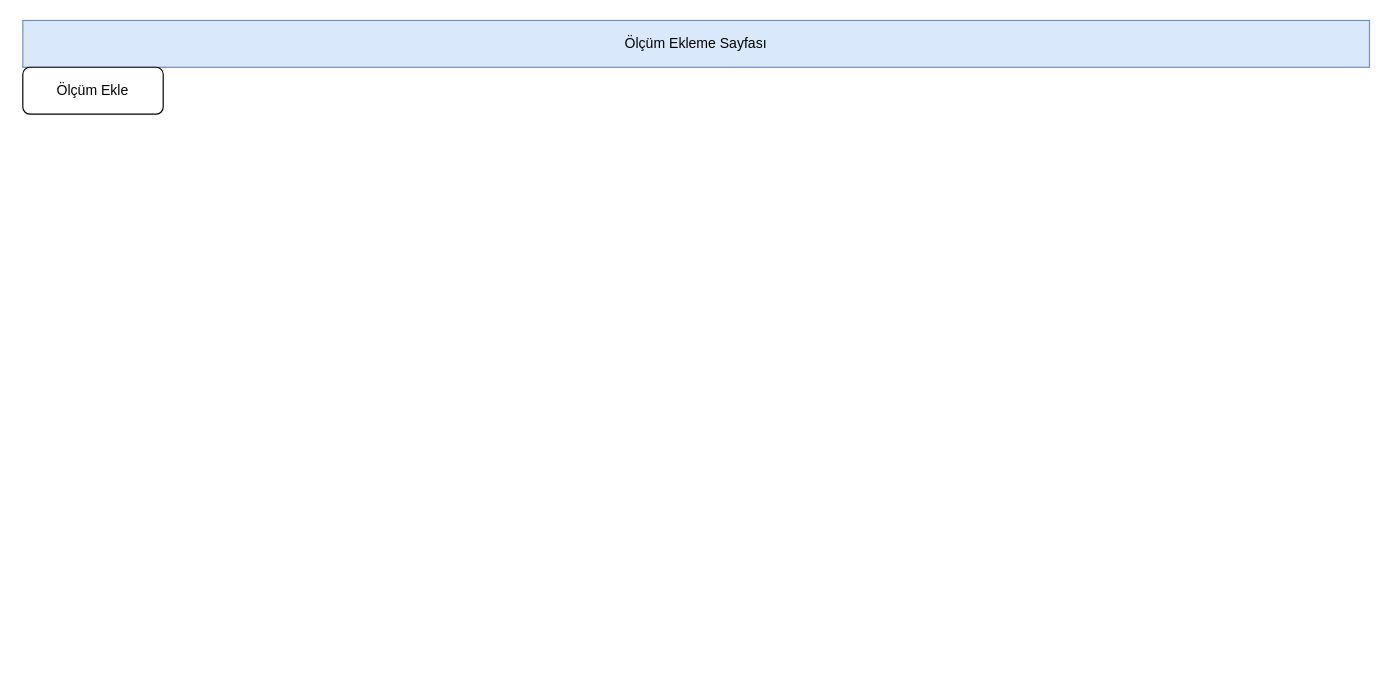
Earlier version of the draw.io diagram page "Ölçümler" (3 of 4) of Defining Pages.drawio (baydioglu/draw.io). Source tidied: cells renumbered, new cells numbered last; positions are measured from the earlier drawing's top-left corner, leaving out a move shared by most shapes. Both pictures are drawn from the tidied source at 117%, with x=0, y=0 at pixel (22, 20).
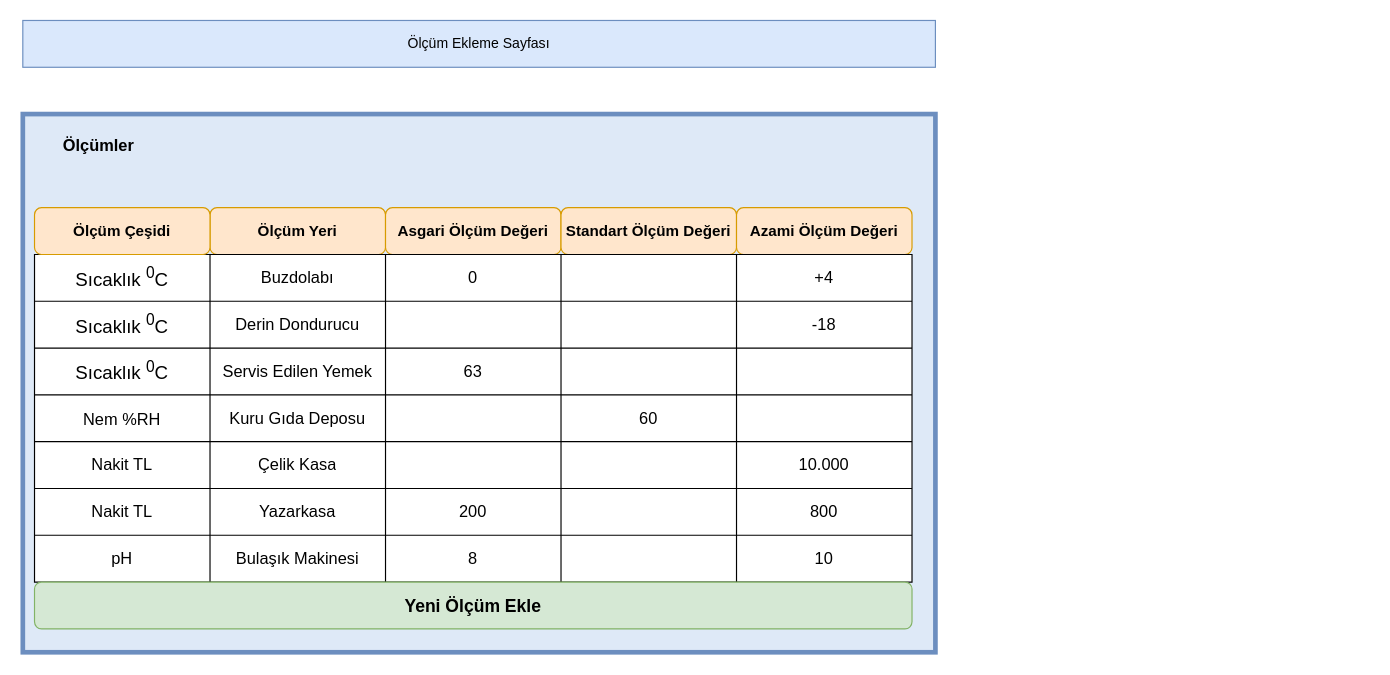
Above is the later version.

What changed in the source:
```diff
@@
     <mxCell id="2" value="Ölçüm Ekleme Sayfası" style="rounded=0;whiteSpace=wrap;html=1;fillColor=#dae8fc;strokeColor=#6c8ebf;" parent="1" vertex="1">
-      <mxGeometry width="1151" height="40" as="geometry" />
+      <mxGeometry width="780" height="40" as="geometry" />
     </mxCell>
-    <mxCell id="3" value="Ölçüm Ekle" style="rounded=1;whiteSpace=wrap;html=1;" parent="1" vertex="1">
-      <mxGeometry y="40" width="120" height="40" as="geometry" />
-    </mxCell>
+    <mxCell id="4" style="rounded=0;whiteSpace=wrap;html=1;shadow=0;perimeter=ellipsePerimeter;strokeWidth=4;fillColor=#dee9f7;strokeColor=#6c8ebf;" parent="1" vertex="1">
+      <mxGeometry y="80" width="780" height="460" as="geometry" />
+    </mxCell>
+    <mxCell id="5" value="Ölçümler" style="text;html=1;strokeColor=none;fillColor=none;align=center;verticalAlign=middle;whiteSpace=wrap;rounded=0;fontStyle=1;fontSize=14;labelPosition=center;verticalLabelPosition=middle;" parent="1" vertex="1">
+      <mxGeometry x="10" y="91.8" width="110" height="30" as="geometry" />
+    </mxCell>
+    <mxCell id="6" value="Ölçüm Yeri" style="rounded=1;whiteSpace=wrap;html=1;fontStyle=1;fontSize=13;fillColor=#ffe6cc;strokeColor=#d79b00;" parent="1" vertex="1">
+      <mxGeometry x="160" y="160" width="150" height="40" as="geometry" />
+    </mxCell>
+    <mxCell id="7" value="Asgari Ölçüm Değeri" style="rounded=1;whiteSpace=wrap;html=1;fontStyle=1;fontSize=13;fillColor=#ffe6cc;strokeColor=#d79b00;" parent="1" vertex="1">
+      <mxGeometry x="310" y="160" width="150" height="40" as="geometry" />
+    </mxCell>
+    <mxCell id="8" value="Standart Ölçüm Değeri" style="rounded=1;whiteSpace=wrap;html=1;fontStyle=1;fontSize=13;fillColor=#ffe6cc;strokeColor=#d79b00;" parent="1" vertex="1">
+      <mxGeometry x="460" y="160" width="150" height="40" as="geometry" />
+    </mxCell>
+    <mxCell id="9" value="Azami Ölçüm Değeri" style="rounded=1;whiteSpace=wrap;html=1;fontStyle=1;fontSize=13;fillColor=#ffe6cc;strokeColor=#d79b00;" parent="1" vertex="1">
+      <mxGeometry x="610" y="160" width="150" height="40" as="geometry" />
+    </mxCell>
+    <mxCell id="10" style="shape=table;startSize=0;childLayout=tableLayout;fontSize=14;" parent="1" vertex="1">
+      <mxGeometry x="10" y="200" width="750" height="280" as="geometry" />
+    </mxCell>
+    <mxCell id="11" style="shape=tableRow;horizontal=0;startSize=0;swimlaneHead=0;swimlaneBody=0;strokeColor=inherit;top=0;left=0;bottom=0;right=0;fillColor=none;fontSize=16;" parent="10" vertex="1">
+      <mxGeometry width="750" height="40" as="geometry" />
+    </mxCell>
+    <mxCell id="12" value="Sıcaklık &lt;sup&gt;0&lt;/sup&gt;C" style="shape=partialRectangle;html=1;whiteSpace=wrap;strokeColor=inherit;overflow=hidden;fillColor=none;top=0;left=0;bottom=0;right=0;fontSize=16;" parent="11" vertex="1">
+      <mxGeometry width="150" height="40" as="geometry" />
+    </mxCell>
+    <mxCell id="13" value="Buzdolabı" style="shape=partialRectangle;html=1;whiteSpace=wrap;strokeColor=inherit;overflow=hidden;fillColor=none;top=0;left=0;bottom=0;right=0;fontSize=14;" parent="11" vertex="1">
+      <mxGeometry x="150" width="150" height="40" as="geometry" />
+    </mxCell>
+    <mxCell id="14" value="0" style="shape=partialRectangle;html=1;whiteSpace=wrap;strokeColor=inherit;overflow=hidden;fillColor=none;top=0;left=0;bottom=0;right=0;fontSize=14;" parent="11" vertex="1">
+      <mxGeometry x="300" width="150" height="40" as="geometry" />
+    </mxCell>
+    <mxCell id="15" style="shape=partialRectangle;html=1;whiteSpace=wrap;strokeColor=inherit;overflow=hidden;fillColor=none;top=0;left=0;bottom=0;right=0;fontSize=14;" parent="11" vertex="1">
+      <mxGeometry x="450" width="150" height="40" as="geometry" />
+    </mxCell>
+    <mxCell id="16" value="+4" style="shape=partialRectangle;html=1;whiteSpace=wrap;strokeColor=inherit;overflow=hidden;fillColor=none;top=0;left=0;bottom=0;right=0;fontSize=14;" parent="11" vertex="1">
+      <mxGeometry x="600" width="150" height="40" as="geometry" />
+    </mxCell>
+    <mxCell id="17" style="shape=tableRow;horizontal=0;startSize=0;swimlaneHead=0;swimlaneBody=0;strokeColor=inherit;top=0;left=0;bottom=0;right=0;fillColor=none;fontSize=16;" parent="10" vertex="1">
+      <mxGeometry y="40" width="750" height="40" as="geometry" />
+    </mxCell>
+    <mxCell id="18" value="Sıcaklık&amp;nbsp;&lt;sup style=&quot;border-color: var(--border-color);&quot;&gt;0&lt;/sup&gt;C" style="shape=partialRectangle;html=1;whiteSpace=wrap;strokeColor=inherit;overflow=hidden;fillColor=none;top=0;left=0;bottom=0;right=0;fontSize=16;" parent="17" vertex="1">
+      <mxGeometry width="150" height="40" as="geometry" />
+    </mxCell>
+    <mxCell id="19" value="Derin Dondurucu" style="shape=partialRectangle;html=1;whiteSpace=wrap;strokeColor=inherit;overflow=hidden;fillColor=none;top=0;left=0;bottom=0;right=0;fontSize=14;" parent="17" vertex="1">
+      <mxGeometry x="150" width="150" height="40" as="geometry" />
+    </mxCell>
+    <mxCell id="20" style="shape=partialRectangle;html=1;whiteSpace=wrap;strokeColor=inherit;overflow=hidden;fillColor=none;top=0;left=0;bottom=0;right=0;fontSize=14;" parent="17" vertex="1">
+      <mxGeometry x="300" width="150" height="40" as="geometry" />
+    </mxCell>
+    <mxCell id="21" style="shape=partialRectangle;html=1;whiteSpace=wrap;strokeColor=inherit;overflow=hidden;fillColor=none;top=0;left=0;bottom=0;right=0;fontSize=14;" parent="17" vertex="1">
+      <mxGeometry x="450" width="150" height="40" as="geometry" />
+    </mxCell>
+    <mxCell id="22" value="-18" style="shape=partialRectangle;html=1;whiteSpace=wrap;strokeColor=inherit;overflow=hidden;fillColor=none;top=0;left=0;bottom=0;right=0;fontSize=14;" parent="17" vertex="1">
+      <mxGeometry x="600" width="150" height="40" as="geometry" />
+    </mxCell>
+    <mxCell id="23" style="shape=tableRow;horizontal=0;startSize=0;swimlaneHead=0;swimlaneBody=0;strokeColor=inherit;top=0;left=0;bottom=0;right=0;fillColor=none;fontSize=16;" parent="10" vertex="1">
+      <mxGeometry y="80" width="750" height="40" as="geometry" />
+    </mxCell>
+    <mxCell id="24" value="Sıcaklık&amp;nbsp;&lt;sup style=&quot;border-color: var(--border-color);&quot;&gt;0&lt;/sup&gt;C" style="shape=partialRectangle;html=1;whiteSpace=wrap;strokeColor=inherit;overflow=hidden;fillColor=none;top=0;left=0;bottom=0;right=0;fontSize=16;" parent="23" vertex="1">
+      <mxGeometry width="150" height="40" as="geometry" />
+    </mxCell>
+    <mxCell id="25" value="Servis Edilen Yemek" style="shape=partialRectangle;html=1;whiteSpace=wrap;strokeColor=inherit;overflow=hidden;fillColor=none;top=0;left=0;bottom=0;right=0;fontSize=14;" parent="23" vertex="1">
+      <mxGeometry x="150" width="150" height="40" as="geometry" />
+    </mxCell>
+    <mxCell id="26" value="63" style="shape=partialRectangle;html=1;whiteSpace=wrap;strokeColor=inherit;overflow=hidden;fillColor=none;top=0;left=0;bottom=0;right=0;fontSize=14;" parent="23" vertex="1">
+      <mxGeometry x="300" width="150" height="40" as="geometry" />
+    </mxCell>
+    <mxCell id="27" style="shape=partialRectangle;html=1;whiteSpace=wrap;strokeColor=inherit;overflow=hidden;fillColor=none;top=0;left=0;bottom=0;right=0;fontSize=14;" parent="23" vertex="1">
+      <mxGeometry x="450" width="150" height="40" as="geometry" />
+    </mxCell>
+    <mxCell id="28" style="shape=partialRectangle;html=1;whiteSpace=wrap;strokeColor=inherit;overflow=hidden;fillColor=none;top=0;left=0;bottom=0;right=0;fontSize=14;" parent="23" vertex="1">
+      <mxGeometry x="600" width="150" height="40" as="geometry" />
+    </mxCell>
+    <mxCell id="29" style="shape=tableRow;horizontal=0;startSize=0;swimlaneHead=0;swimlaneBody=0;strokeColor=inherit;top=0;left=0;bottom=0;right=0;fillColor=none;fontSize=16;" parent="10" vertex="1">
+      <mxGeometry y="120" width="750" height="40" as="geometry" />
+    </mxCell>
+    <mxCell id="30" value="&lt;font style=&quot;font-size: 14px;&quot;&gt;Nem %RH&lt;/font&gt;" style="shape=partialRectangle;html=1;whiteSpace=wrap;strokeColor=inherit;overflow=hidden;fillColor=none;top=0;left=0;bottom=0;right=0;fontSize=16;" parent="29" vertex="1">
+      <mxGeometry width="150" height="40" as="geometry" />
+    </mxCell>
+    <mxCell id="31" value="Kuru Gıda Deposu" style="shape=partialRectangle;html=1;whiteSpace=wrap;strokeColor=inherit;overflow=hidden;fillColor=none;top=0;left=0;bottom=0;right=0;fontSize=14;" parent="29" vertex="1">
+      <mxGeometry x="150" width="150" height="40" as="geometry" />
+    </mxCell>
+    <mxCell id="32" style="shape=partialRectangle;html=1;whiteSpace=wrap;strokeColor=inherit;overflow=hidden;fillColor=none;top=0;left=0;bottom=0;right=0;fontSize=14;" parent="29" vertex="1">
+      <mxGeometry x="300" width="150" height="40" as="geometry" />
+    </mxCell>
+    <mxCell id="33" value="60" style="shape=partialRectangle;html=1;whiteSpace=wrap;strokeColor=inherit;overflow=hidden;fillColor=none;top=0;left=0;bottom=0;right=0;fontSize=14;" parent="29" vertex="1">
+      <mxGeometry x="450" width="150" height="40" as="geometry" />
+    </mxCell>
+    <mxCell id="34" style="shape=partialRectangle;html=1;whiteSpace=wrap;strokeColor=inherit;overflow=hidden;fillColor=none;top=0;left=0;bottom=0;right=0;fontSize=14;" parent="29" vertex="1">
+      <mxGeometry x="600" width="150" height="40" as="geometry" />
+    </mxCell>
+    <mxCell id="35" style="shape=tableRow;horizontal=0;startSize=0;swimlaneHead=0;swimlaneBody=0;strokeColor=inherit;top=0;left=0;bottom=0;right=0;fillColor=none;fontSize=16;" parent="10" vertex="1">
+      <mxGeometry y="160" width="750" height="40" as="geometry" />
+    </mxCell>
+    <mxCell id="36" value="Nakit TL" style="shape=partialRectangle;html=1;whiteSpace=wrap;strokeColor=inherit;overflow=hidden;fillColor=none;top=0;left=0;bottom=0;right=0;fontSize=14;" parent="35" vertex="1">
+      <mxGeometry width="150" height="40" as="geometry" />
+    </mxCell>
+    <mxCell id="37" value="Çelik Kasa" style="shape=partialRectangle;html=1;whiteSpace=wrap;strokeColor=inherit;overflow=hidden;fillColor=none;top=0;left=0;bottom=0;right=0;fontSize=14;" parent="35" vertex="1">
+      <mxGeometry x="150" width="150" height="40" as="geometry" />
+    </mxCell>
+    <mxCell id="38" style="shape=partialRectangle;html=1;whiteSpace=wrap;strokeColor=inherit;overflow=hidden;fillColor=none;top=0;left=0;bottom=0;right=0;fontSize=14;" parent="35" vertex="1">
+      <mxGeometry x="300" width="150" height="40" as="geometry" />
+    </mxCell>
+    <mxCell id="39" style="shape=partialRectangle;html=1;whiteSpace=wrap;strokeColor=inherit;overflow=hidden;fillColor=none;top=0;left=0;bottom=0;right=0;fontSize=14;" parent="35" vertex="1">
+      <mxGeometry x="450" width="150" height="40" as="geometry" />
+    </mxCell>
+    <mxCell id="40" value="10.000" style="shape=partialRectangle;html=1;whiteSpace=wrap;strokeColor=inherit;overflow=hidden;fillColor=none;top=0;left=0;bottom=0;right=0;fontSize=14;" parent="35" vertex="1">
+      <mxGeometry x="600" width="150" height="40" as="geometry" />
+    </mxCell>
+    <mxCell id="41" style="shape=tableRow;horizontal=0;startSize=0;swimlaneHead=0;swimlaneBody=0;strokeColor=inherit;top=0;left=0;bottom=0;right=0;fillColor=none;fontSize=16;" parent="10" vertex="1">
+      <mxGeometry y="200" width="750" height="40" as="geometry" />
+    </mxCell>
+    <mxCell id="42" value="Nakit TL" style="shape=partialRectangle;html=1;whiteSpace=wrap;strokeColor=inherit;overflow=hidden;fillColor=none;top=0;left=0;bottom=0;right=0;fontSize=14;" parent="41" vertex="1">
+      <mxGeometry width="150" height="40" as="geometry" />
+    </mxCell>
+    <mxCell id="43" value="Yazarkasa" style="shape=partialRectangle;html=1;whiteSpace=wrap;strokeColor=inherit;overflow=hidden;fillColor=none;top=0;left=0;bottom=0;right=0;fontSize=14;" parent="41" vertex="1">
+      <mxGeometry x="150" width="150" height="40" as="geometry" />
+    </mxCell>
+    <mxCell id="44" value="200" style="shape=partialRectangle;html=1;whiteSpace=wrap;strokeColor=inherit;overflow=hidden;fillColor=none;top=0;left=0;bottom=0;right=0;fontSize=14;" parent="41" vertex="1">
+      <mxGeometry x="300" width="150" height="40" as="geometry" />
+    </mxCell>
+    <mxCell id="45" style="shape=partialRectangle;html=1;whiteSpace=wrap;strokeColor=inherit;overflow=hidden;fillColor=none;top=0;left=0;bottom=0;right=0;fontSize=14;" parent="41" vertex="1">
+      <mxGeometry x="450" width="150" height="40" as="geometry" />
+    </mxCell>
+    <mxCell id="46" value="800" style="shape=partialRectangle;html=1;whiteSpace=wrap;strokeColor=inherit;overflow=hidden;fillColor=none;top=0;left=0;bottom=0;right=0;fontSize=14;" parent="41" vertex="1">
+      <mxGeometry x="600" width="150" height="40" as="geometry" />
+    </mxCell>
+    <mxCell id="47" style="shape=tableRow;horizontal=0;startSize=0;swimlaneHead=0;swimlaneBody=0;strokeColor=inherit;top=0;left=0;bottom=0;right=0;fillColor=none;fontSize=16;" parent="10" vertex="1">
+      <mxGeometry y="240" width="750" height="40" as="geometry" />
+    </mxCell>
+    <mxCell id="48" value="pH" style="shape=partialRectangle;html=1;whiteSpace=wrap;strokeColor=inherit;overflow=hidden;fillColor=none;top=0;left=0;bottom=0;right=0;fontSize=14;" parent="47" vertex="1">
+      <mxGeometry width="150" height="40" as="geometry" />
+    </mxCell>
+    <mxCell id="49" value="Bulaşık Makinesi" style="shape=partialRectangle;html=1;whiteSpace=wrap;strokeColor=inherit;overflow=hidden;fillColor=none;top=0;left=0;bottom=0;right=0;fontSize=14;" parent="47" vertex="1">
+      <mxGeometry x="150" width="150" height="40" as="geometry" />
+    </mxCell>
+    <mxCell id="50" value="8" style="shape=partialRectangle;html=1;whiteSpace=wrap;strokeColor=inherit;overflow=hidden;fillColor=none;top=0;left=0;bottom=0;right=0;fontSize=14;" parent="47" vertex="1">
+      <mxGeometry x="300" width="150" height="40" as="geometry" />
+    </mxCell>
+    <mxCell id="51" style="shape=partialRectangle;html=1;whiteSpace=wrap;strokeColor=inherit;overflow=hidden;fillColor=none;top=0;left=0;bottom=0;right=0;fontSize=14;" parent="47" vertex="1">
+      <mxGeometry x="450" width="150" height="40" as="geometry" />
+    </mxCell>
+    <mxCell id="52" value="10" style="shape=partialRectangle;html=1;whiteSpace=wrap;strokeColor=inherit;overflow=hidden;fillColor=none;top=0;left=0;bottom=0;right=0;fontSize=14;" parent="47" vertex="1">
+      <mxGeometry x="600" width="150" height="40" as="geometry" />
+    </mxCell>
+    <mxCell id="53" value="&lt;span style=&quot;font-size: 15px;&quot;&gt;Yeni Ölçüm Ekle&lt;/span&gt;" style="rounded=1;whiteSpace=wrap;html=1;fontSize=15;fontStyle=1;fillColor=#d5e8d4;strokeColor=#82b366;" parent="1" vertex="1">
+      <mxGeometry x="10" y="480" width="750" height="40" as="geometry" />
+    </mxCell>
+    <mxCell id="54" value="Ölçüm Çeşidi" style="rounded=1;whiteSpace=wrap;html=1;fontStyle=1;fontSize=13;fillColor=#ffe6cc;strokeColor=#d79b00;" parent="1" vertex="1">
+      <mxGeometry x="10" y="160" width="150" height="40" as="geometry" />
+    </mxCell>
```
